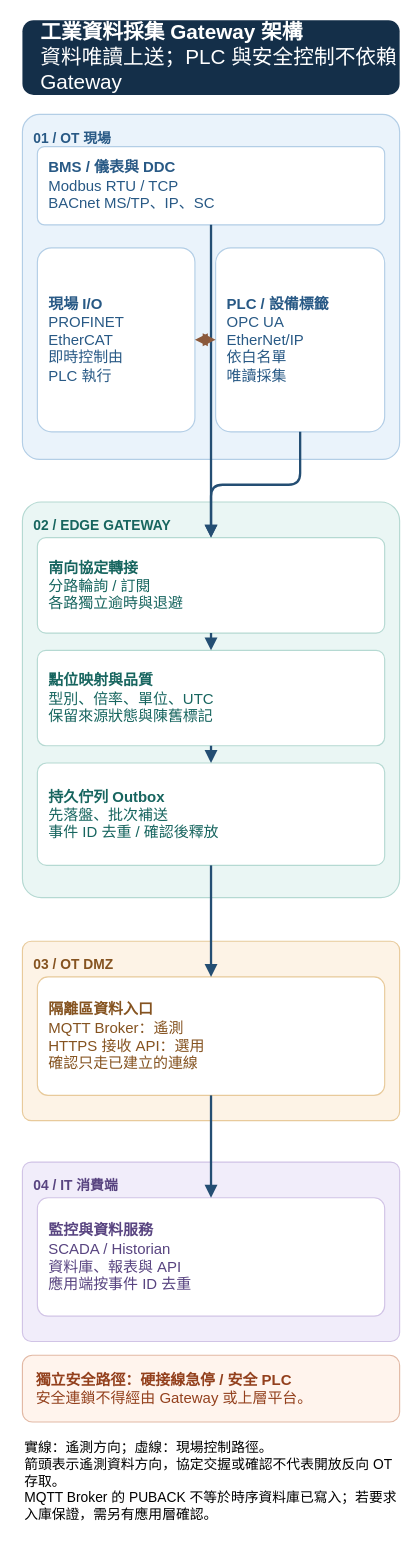
The draw.io diagram page "手機直式" (2 of 2) of assets/industrial-gateway-architecture.drawio in JasonChiu1984/python-note, before the edit. Source tidied: cells renumbered, new cells numbered last; positions are measured from the earlier drawing's top-left corner, leaving out a move shared by most shapes. Both pictures are drawn from the tidied source at 115%, with x=0, y=0 at pixel (22, 20).
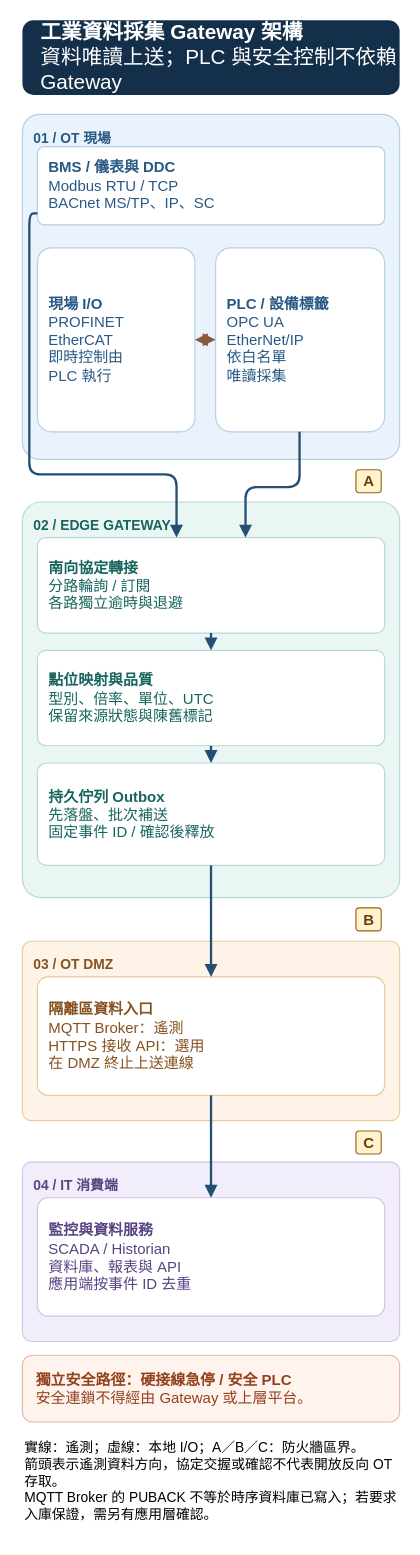
The same page after the edit.

The change refers to these unchanged cells:
```xml
<mxCell id="7" value="&lt;b&gt;BMS / 儀表與 DDC&lt;/b&gt;&lt;br&gt;Modbus RTU / TCP&lt;br&gt;BACnet MS/TP、IP、SC" style="html=1;whiteSpace=wrap;rounded=1;arcSize=9;fillColor=#ffffff;strokeColor=#b3cee6;fontColor=#285985;fontSize=13;align=left;spacingLeft=8;" parent="1" vertex="1">
  <mxGeometry x="13" y="110" width="302" height="68" as="geometry" />
</mxCell>
<mxCell id="8" value="&lt;b&gt;PLC / 設備標籤&lt;/b&gt;&lt;br&gt;OPC UA&lt;br&gt;EtherNet/IP&lt;br&gt;依白名單&lt;br&gt;唯讀採集" style="html=1;whiteSpace=wrap;rounded=1;arcSize=9;fillColor=#ffffff;strokeColor=#b3cee6;fontColor=#285985;fontSize=13;align=left;spacingLeft=8;" parent="1" vertex="1">
  <mxGeometry x="168" y="198" width="147" height="160" as="geometry" />
</mxCell>
<mxCell id="10" value="&lt;b&gt;南向協定轉接&lt;/b&gt;&lt;br&gt;分路輪詢 / 訂閱&lt;br&gt;各路獨立逾時與退避" style="html=1;whiteSpace=wrap;rounded=1;arcSize=9;fillColor=#ffffff;strokeColor=#b5d9d2;fontColor=#17655f;fontSize=13;align=left;spacingLeft=8;" parent="1" vertex="1">
  <mxGeometry x="13" y="450" width="302" height="83" as="geometry" />
</mxCell>
```

Diff of the diagram source:
```diff
@@
-    <mxCell id="12" value="&lt;b&gt;持久佇列 Outbox&lt;/b&gt;&lt;br&gt;先落盤、批次補送&lt;br&gt;事件 ID 去重 / 確認後釋放" style="html=1;whiteSpace=wrap;rounded=1;arcSize=9;fillColor=#ffffff;strokeColor=#b5d9d2;fontColor=#17655f;fontSize=13;align=left;spacingLeft=8;" parent="1" vertex="1">
+    <mxCell id="12" value="&lt;b&gt;持久佇列 Outbox&lt;/b&gt;&lt;br&gt;先落盤、批次補送&lt;br&gt;固定事件 ID / 確認後釋放" style="html=1;whiteSpace=wrap;rounded=1;arcSize=9;fillColor=#ffffff;strokeColor=#b5d9d2;fontColor=#17655f;fontSize=13;align=left;spacingLeft=8;" parent="1" vertex="1">
       <mxGeometry x="13" y="646" width="302" height="89" as="geometry" />
     </mxCell>
-    <mxCell id="13" value="&lt;b&gt;隔離區資料入口&lt;/b&gt;&lt;br&gt;MQTT Broker：遙測&lt;br&gt;HTTPS 接收 API：選用&lt;br&gt;確認只走已建立的連線" style="html=1;whiteSpace=wrap;rounded=1;arcSize=9;fillColor=#ffffff;strokeColor=#e8ca9b;fontColor=#855320;fontSize=13;align=left;spacingLeft=8;" parent="1" vertex="1">
+    <mxCell id="13" value="&lt;b&gt;隔離區資料入口&lt;/b&gt;&lt;br&gt;MQTT Broker：遙測&lt;br&gt;HTTPS 接收 API：選用&lt;br&gt;在 DMZ 終止上送連線" style="html=1;whiteSpace=wrap;rounded=1;arcSize=9;fillColor=#ffffff;strokeColor=#e8ca9b;fontColor=#855320;fontSize=13;align=left;spacingLeft=8;" parent="1" vertex="1">
       <mxGeometry x="13" y="832" width="302" height="103" as="geometry" />
     </mxCell>
@@
-    <mxCell id="15" style="html=1;edgeStyle=orthogonalEdgeStyle;rounded=1;strokeWidth=2;endArrow=block;endFill=1;strokeColor=#244e73;" parent="1" edge="1" source="7" target="10">
-      <mxGeometry relative="1" as="geometry" />
+    <mxCell id="15" style="html=1;edgeStyle=orthogonalEdgeStyle;rounded=1;strokeWidth=2;endArrow=block;endFill=1;strokeColor=#244e73;exitX=0;exitY=0.852941;entryX=0.400662;entryY=0;jettySize=6;" parent="1" edge="1" source="7" target="10">
+      <mxGeometry relative="1" as="geometry">
+        <Array as="points">
+          <mxPoint x="6" y="168" />
+          <mxPoint x="6" y="395" />
+          <mxPoint x="134" y="395" />
+        </Array>
+      </mxGeometry>
     </mxCell>
-    <mxCell id="16" style="html=1;edgeStyle=orthogonalEdgeStyle;rounded=1;strokeWidth=2;endArrow=block;endFill=1;strokeColor=#244e73;" parent="1" edge="1" source="8" target="10">
-      <mxGeometry relative="1" as="geometry" />
+    <mxCell id="16" style="html=1;edgeStyle=orthogonalEdgeStyle;rounded=1;strokeWidth=2;endArrow=block;endFill=1;strokeColor=#244e73;exitX=0.496599;exitY=1;entryX=0.599338;entryY=0;jettySize=6;" parent="1" edge="1" source="8" target="10">
+      <mxGeometry relative="1" as="geometry">
+        <Array as="points">
+          <mxPoint x="241" y="406" />
+          <mxPoint x="194" y="406" />
+        </Array>
+      </mxGeometry>
     </mxCell>
@@
-    <mxCell id="23" value="實線：遙測方向；虛線：現場控制路徑。&lt;br&gt;箭頭表示遙測資料方向，協定交握或確認不代表開放反向 OT 存取。&lt;br&gt;MQTT Broker 的 PUBACK 不等於時序資料庫已寫入；若要求入庫保證，需另有應用層確認。" style="html=1;whiteSpace=wrap;text;align=left;verticalAlign=top;fontSize=12;strokeColor=none;fillColor=none;" parent="1" vertex="1">
+    <mxCell id="23" value="實線：遙測；虛線：本地 I/O；A／B／C：防火牆區界。&lt;br&gt;箭頭表示遙測資料方向，協定交握或確認不代表開放反向 OT 存取。&lt;br&gt;MQTT Broker 的 PUBACK 不等於時序資料庫已寫入；若要求入庫保證，需另有應用層確認。" style="html=1;whiteSpace=wrap;text;align=left;verticalAlign=top;fontSize=12;strokeColor=none;fillColor=none;" parent="1" vertex="1">
       <mxGeometry y="1228" width="328" height="90" as="geometry" />
     </mxCell>
+    <mxCell id="24" value="A" style="html=1;rounded=1;fillColor=#fff2ce;strokeColor=#9c620f;fontColor=#6e3f07;fontSize=13;fontStyle=1;" parent="1" vertex="1">
+      <mxGeometry x="290" y="391" width="22" height="20" as="geometry" />
+    </mxCell>
+    <mxCell id="25" value="B" style="html=1;rounded=1;fillColor=#fff2ce;strokeColor=#9c620f;fontColor=#6e3f07;fontSize=13;fontStyle=1;" parent="1" vertex="1">
+      <mxGeometry x="290" y="772" width="22" height="20" as="geometry" />
+    </mxCell>
+    <mxCell id="26" value="C" style="html=1;rounded=1;fillColor=#fff2ce;strokeColor=#9c620f;fontColor=#6e3f07;fontSize=13;fontStyle=1;" parent="1" vertex="1">
+      <mxGeometry x="290" y="966" width="22" height="20" as="geometry" />
+    </mxCell>
```
